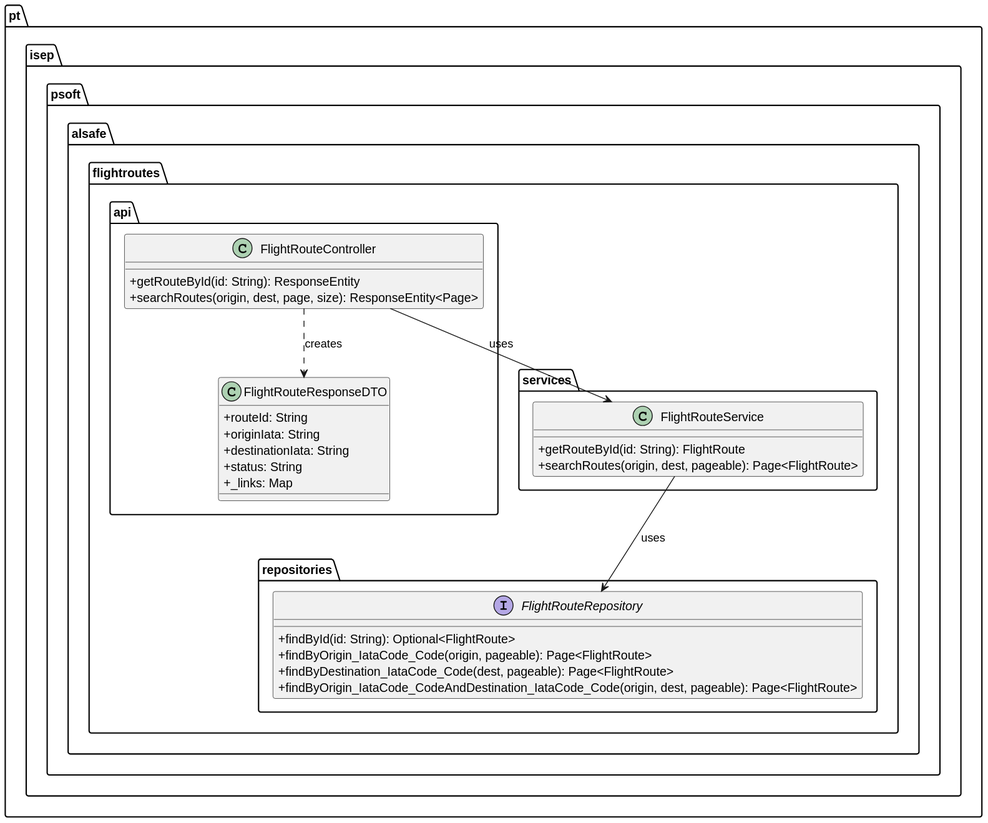
This is docs/use-cases/WP#3A/US114/svg/US114-CD.svg from Andre-1240567/psoft2026_2DB_1240567_1241013_1240624, a PlantUML export, as it was before one commit. Source of this version:
```plantuml
@startuml
skinparam classAttributeIconSize 0

package "pt.isep.psoft.alsafe.flightroutes.api" {
    class FlightRouteController {
        + getRouteById(id: String): ResponseEntity
        + searchRoutes(origin, dest, page, size): ResponseEntity<Page>
    }
    class FlightRouteResponseDTO {
        + routeId: String
        + originIata: String
        + destinationIata: String
        + status: String
        + _links: Map
    }
}

package "pt.isep.psoft.alsafe.flightroutes.services" {
    class FlightRouteService {
        + getRouteById(id: String): FlightRoute
        + searchRoutes(origin, dest, pageable): Page<FlightRoute>
    }
}

package "pt.isep.psoft.alsafe.flightroutes.repositories" {
    interface FlightRouteRepository {
        + findById(id: String): Optional<FlightRoute>
        + findByOrigin_IataCode_Code(origin, pageable): Page<FlightRoute>
        + findByDestination_IataCode_Code(dest, pageable): Page<FlightRoute>
        + findByOrigin_IataCode_CodeAndDestination_IataCode_Code(origin, dest, pageable): Page<FlightRoute>
    }
}

FlightRouteController ..> FlightRouteResponseDTO : creates
FlightRouteController --> FlightRouteService : uses
FlightRouteService --> FlightRouteRepository : uses
@enduml
```
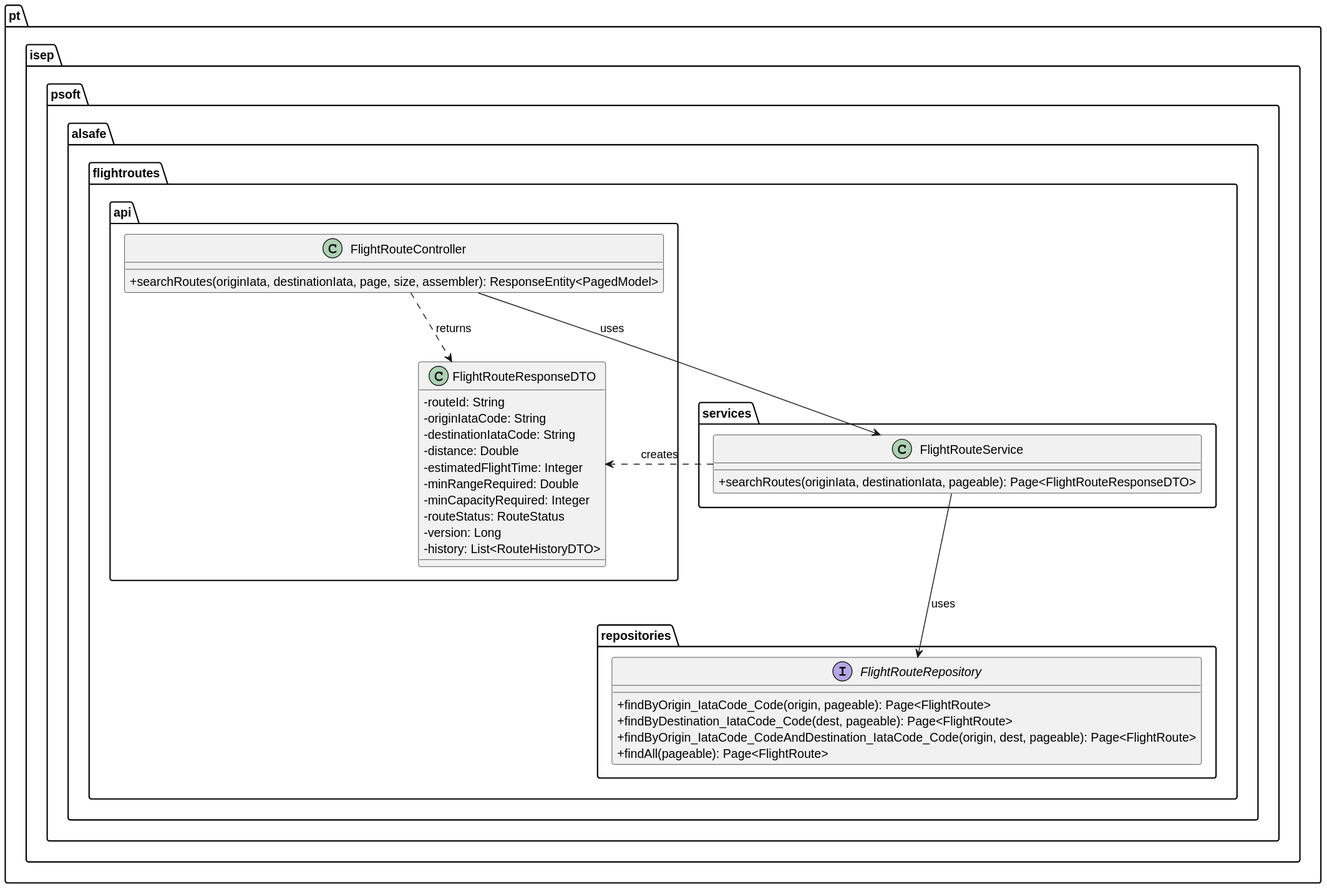
Above is the later version.

Change to the diagram source:
```diff
@@ -3,35 +3,39 @@
 
 package "pt.isep.psoft.alsafe.flightroutes.api" {
     class FlightRouteController {
-        + getRouteById(id: String): ResponseEntity
-        + searchRoutes(origin, dest, page, size): ResponseEntity<Page>
+        + searchRoutes(originIata, destinationIata, page, size, assembler): ResponseEntity<PagedModel>
     }
     class FlightRouteResponseDTO {
-        + routeId: String
-        + originIata: String
-        + destinationIata: String
-        + status: String
-        + _links: Map
+        - routeId: String
+        - originIataCode: String
+        - destinationIataCode: String
+        - distance: Double
+        - estimatedFlightTime: Integer
+        - minRangeRequired: Double
+        - minCapacityRequired: Integer
+        - routeStatus: RouteStatus
+        - version: Long
+        - history: List<RouteHistoryDTO>
     }
 }
 
 package "pt.isep.psoft.alsafe.flightroutes.services" {
     class FlightRouteService {
-        + getRouteById(id: String): FlightRoute
-        + searchRoutes(origin, dest, pageable): Page<FlightRoute>
+        + searchRoutes(originIata, destinationIata, pageable): Page<FlightRouteResponseDTO>
     }
 }
 
 package "pt.isep.psoft.alsafe.flightroutes.repositories" {
     interface FlightRouteRepository {
-        + findById(id: String): Optional<FlightRoute>
         + findByOrigin_IataCode_Code(origin, pageable): Page<FlightRoute>
         + findByDestination_IataCode_Code(dest, pageable): Page<FlightRoute>
         + findByOrigin_IataCode_CodeAndDestination_IataCode_Code(origin, dest, pageable): Page<FlightRoute>
+        + findAll(pageable): Page<FlightRoute>
     }
 }
 
-FlightRouteController ..> FlightRouteResponseDTO : creates
 FlightRouteController --> FlightRouteService : uses
 FlightRouteService --> FlightRouteRepository : uses
+FlightRouteService ..> FlightRouteResponseDTO : creates
+FlightRouteController ..> FlightRouteResponseDTO : returns
 @enduml
```
